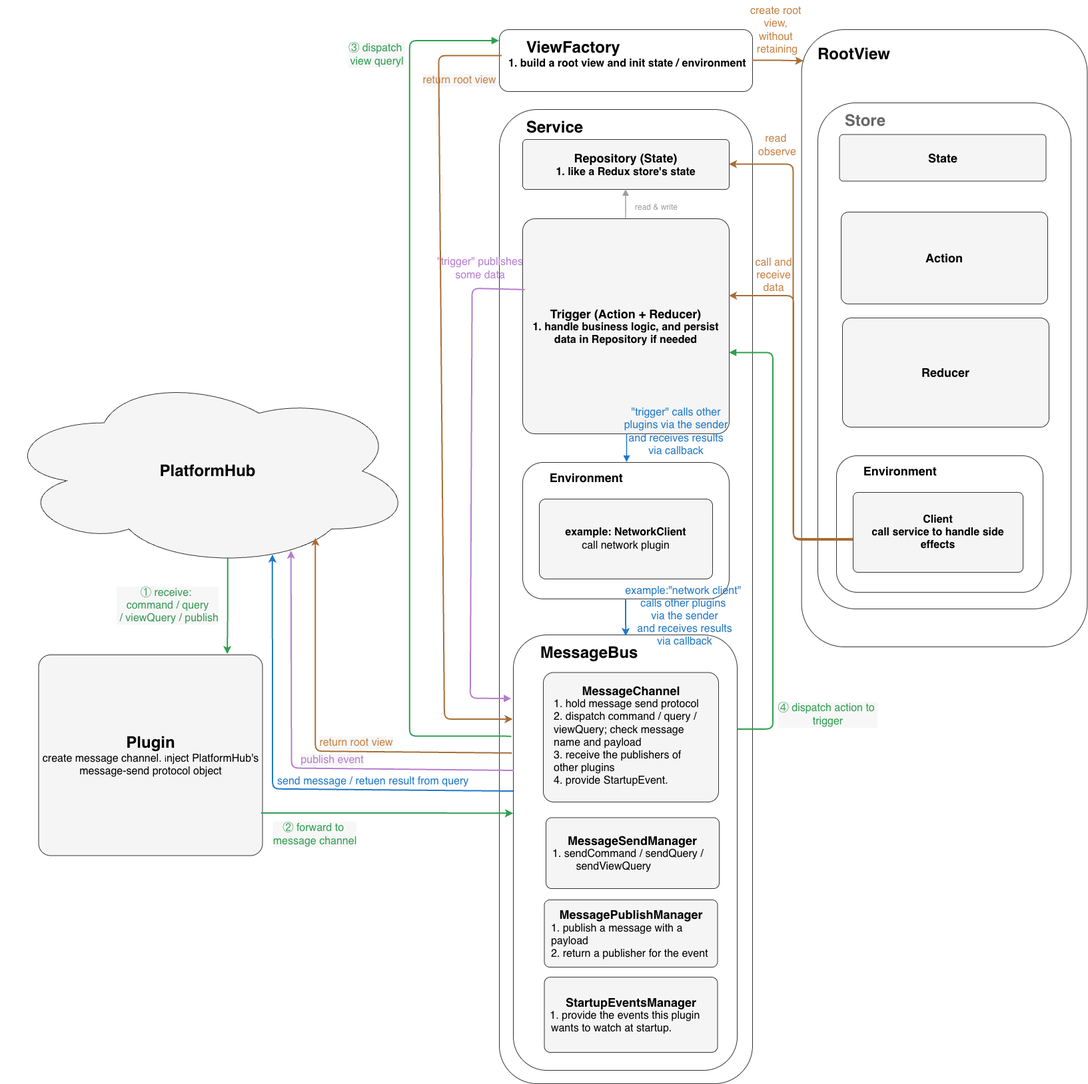
The draw.io diagram 架构图.drawio.white.png in SumiaFish/kevinyyhuangcc, before a commit. Source tidied: cells renumbered, new cells last; positions are measured from the earlier drawing's top-left corner, leaving out a move shared by most shapes.
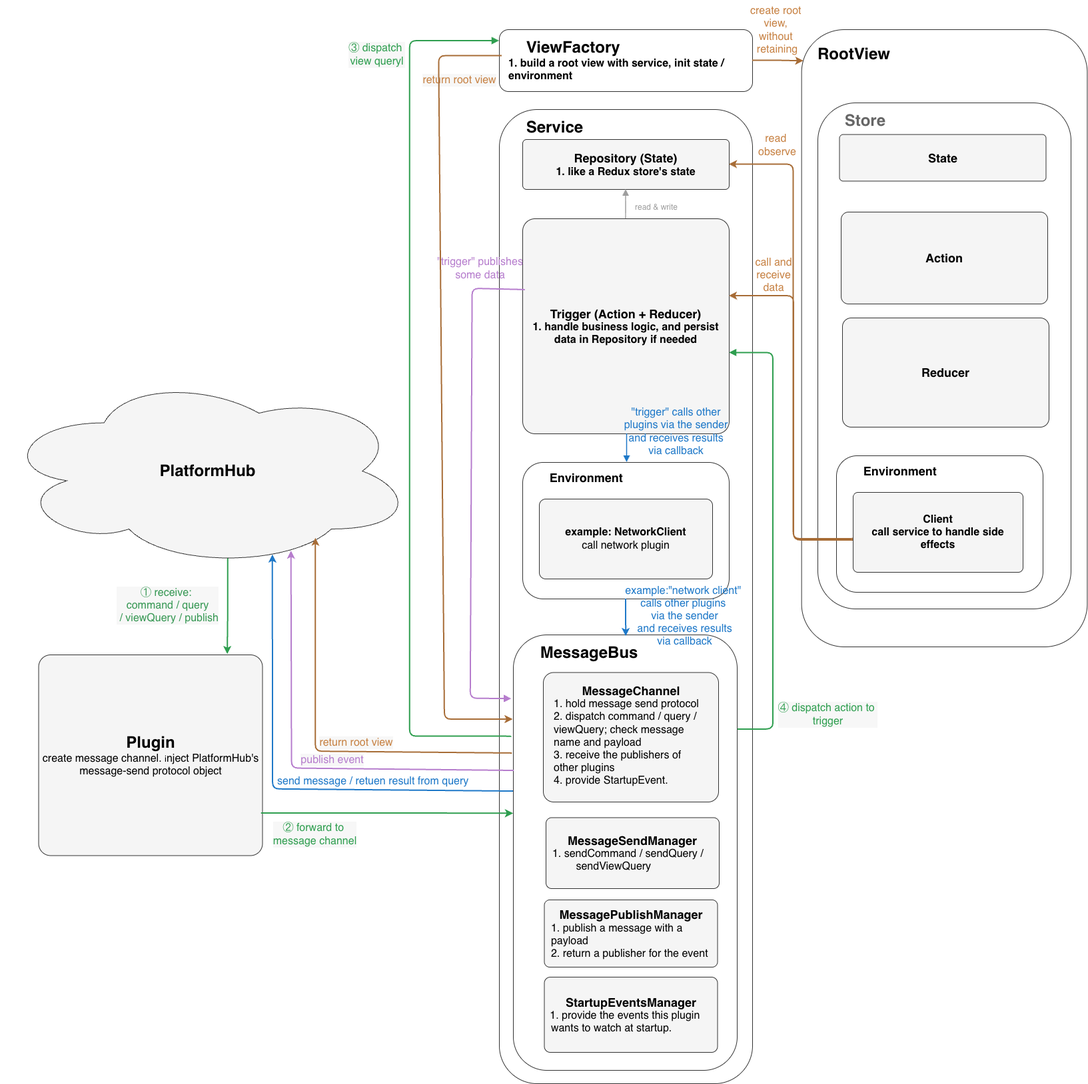
Later version of the same file.

Diff of the diagram source:
```diff
@@ -101,7 +101,7 @@
     <mxCell id="28" value="&lt;font style=&quot;font-size: 16px;&quot;&gt;example:&quot;network client&quot;&amp;nbsp;&lt;/font&gt;&lt;div&gt;&lt;font style=&quot;font-size: 16px;&quot;&gt;calls other plugins&amp;nbsp;&lt;/font&gt;&lt;/div&gt;&lt;div&gt;&lt;font style=&quot;font-size: 16px;&quot;&gt;via the sender&lt;br&gt;and receives results&lt;br&gt;via callback&lt;/font&gt;&lt;/div&gt;" style="text;strokeColor=none;html=1;align=center;verticalAlign=middle;fontColor=#1E78C8;fontSize=10;labelBackgroundColor=none;" parent="1" vertex="1">
       <mxGeometry x="974" y="897" width="104" height="56" as="geometry" />
     </mxCell>
-    <mxCell id="29" value="&lt;b&gt;&lt;span style=&quot;white-space: pre;&quot;&gt;&#9;&lt;/span&gt;&lt;font style=&quot;font-size: 24px;&quot;&gt;ViewFactory&lt;/font&gt;&lt;/b&gt;&lt;div&gt;&lt;b&gt;&lt;font style=&quot;font-size: 16px;&quot;&gt;1. build a root view and init state / environment&lt;/font&gt;&lt;/b&gt;&lt;/div&gt;" style="rounded=1;whiteSpace=wrap;html=1;fillColor=none;strokeColor=#333333;verticalAlign=top;align=left;spacingLeft=12;spacingTop=6;fontColor=default;fontSize=12;" parent="1" vertex="1">
+    <mxCell id="29" value="&lt;b&gt;&lt;span style=&quot;white-space: pre;&quot;&gt;&#9;&lt;/span&gt;&lt;font style=&quot;font-size: 24px;&quot;&gt;ViewFactory&lt;/font&gt;&lt;/b&gt;&lt;div&gt;&lt;b&gt;&lt;font style=&quot;font-size: 16px;&quot;&gt;1. build a root view with service,&amp;nbsp;&lt;/font&gt;&lt;/b&gt;&lt;b style=&quot;background-color: transparent; color: light-dark(#000000, var(--ge-light-color, #ffffff));&quot;&gt;&lt;font style=&quot;font-size: 16px;&quot;&gt;init state / environment&lt;/font&gt;&lt;/b&gt;&lt;/div&gt;" style="rounded=1;whiteSpace=wrap;html=1;fillColor=none;strokeColor=#333333;verticalAlign=top;align=left;spacingLeft=12;spacingTop=6;fontColor=default;fontSize=12;" parent="1" vertex="1">
       <mxGeometry x="748" y="44" width="380" height="93" as="geometry" />
     </mxCell>
     <mxCell id="30" value="&lt;font style=&quot;font-size: 16px;&quot;&gt;return root view&lt;/font&gt;" style="text;strokeColor=none;html=1;align=center;verticalAlign=middle;fontColor=light-dark(#C78244,#A76C36);fontSize=10;labelBackgroundColor=#F7F7F7;" parent="1" vertex="1">
```
